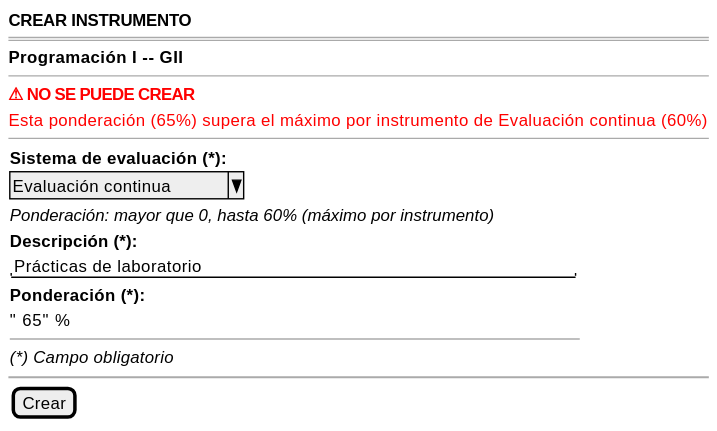
The PlantUML diagram images/RUP/01-requisitos/03-detalle-casos-uso/crearPonderacionEvaluacion/wireframe-error.svg in mmasias/pyCeldaPublico, before a commit.
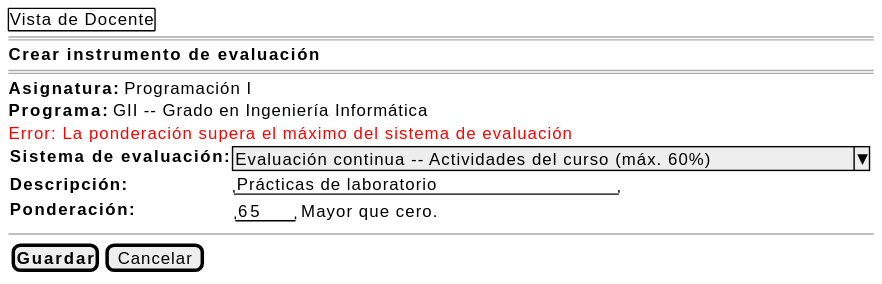
After the change.

Diff of the diagram source:
```diff
@@ -1,24 +1,18 @@
 @startsalt crearPonderacionEvaluacion-wireframe-error
 {
-    <b>CREAR INSTRUMENTO</b>
+    {+ Vista de Docente }
     ====
-    <b>Programación I -- GII</b>
+    <b>Crear instrumento de evaluación</b>
+    ====
+    <b>Asignatura:</b> Programación I
+    <b>Programa:</b> GII -- Grado en Ingeniería Informática
+    <color:red>Error: La ponderación supera el máximo del sistema de evaluación</color>
+    {
+        <b>Sistema de evaluación:</b> | ^Evaluación continua -- Actividades del curso (máx. 60%)^
+        <b>Descripción:</b> | "Prácticas de laboratorio          "
+        <b>Ponderación:</b> | {"65   " | Mayor que cero.}
+    }
     --
-    <color:red><b>⚠ NO SE PUEDE CREAR</b></color>
-    <color:red>Esta ponderación (65%) supera el máximo por instrumento de Evaluación continua (60%)</color>
-    --
-    {
-        <b>Sistema de evaluación (*):</b>
-        ^Evaluación continua^
-        <i>Ponderación: mayor que 0, hasta 60% (máximo por instrumento)</i>
-        <b>Descripción (*):</b>
-        "Prácticas de laboratorio                          "
-        <b>Ponderación (*):</b>
-        "  65" %
-        --
-        <i>(*) Campo obligatorio</i>
-    }
-    ~~
-    {[Crear]}
+    {[<b>Guardar</b>] | [Cancelar]}
 }
 @endsalt
```
